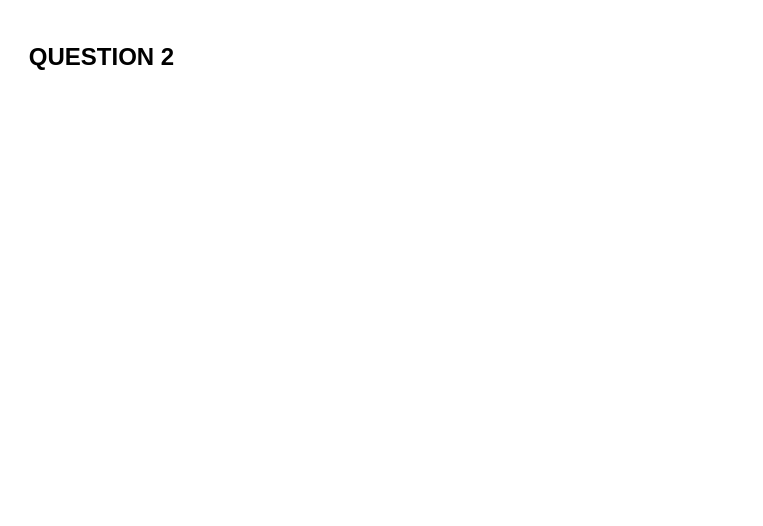
Before: page "Page-2" (2 of 3) of Untitled Diagram.drawio in SwastiShankhdhar/SwastiShankhdhar, a draw.io diagram. Source tidied: cells renumbered, new cells numbered last; positions are measured from the earlier drawing's top-left corner, leaving out a move shared by most shapes. Both pictures are drawn from the tidied source at 100%, with x=0, y=0 at pixel (17, 17).
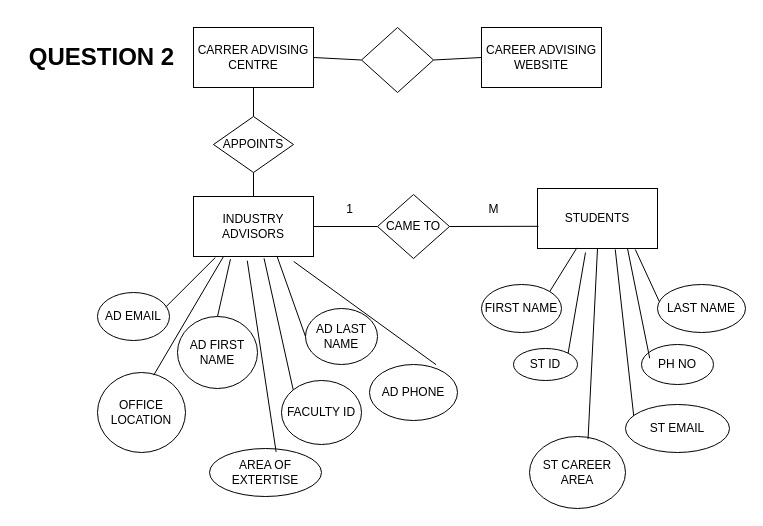
Above is the later version.

The edit, as a diff of the source:
```diff
@@
+    <mxCell id="3" value="INDUSTRY ADVISORS" style="rounded=0;whiteSpace=wrap;html=1;" parent="1" vertex="1">
+      <mxGeometry x="176" y="179" width="120" height="60" as="geometry" />
+    </mxCell>
+    <mxCell id="4" value="STUDENTS" style="rounded=0;whiteSpace=wrap;html=1;" parent="1" vertex="1">
+      <mxGeometry x="520" y="171" width="120" height="60" as="geometry" />
+    </mxCell>
+    <mxCell id="5" value="AREA OF EXTERTISE" style="ellipse;whiteSpace=wrap;html=1;" parent="1" vertex="1">
+      <mxGeometry x="192" y="431" width="112" height="48" as="geometry" />
+    </mxCell>
+    <mxCell id="6" value="PH NO" style="ellipse;whiteSpace=wrap;html=1;" parent="1" vertex="1">
+      <mxGeometry x="624" y="327" width="72" height="40" as="geometry" />
+    </mxCell>
+    <mxCell id="7" value="LAST NAME" style="ellipse;whiteSpace=wrap;html=1;" parent="1" vertex="1">
+      <mxGeometry x="640" y="267" width="88" height="48" as="geometry" />
+    </mxCell>
+    <mxCell id="8" value="FIRST NAME" style="ellipse;whiteSpace=wrap;html=1;" parent="1" vertex="1">
+      <mxGeometry x="464" y="267" width="80" height="48" as="geometry" />
+    </mxCell>
+    <mxCell id="9" value="ST ID" style="ellipse;whiteSpace=wrap;html=1;" parent="1" vertex="1">
+      <mxGeometry x="496" y="331" width="64" height="32" as="geometry" />
+    </mxCell>
+    <mxCell id="10" value="ST CAREER AREA" style="ellipse;whiteSpace=wrap;html=1;" parent="1" vertex="1">
+      <mxGeometry x="512" y="419" width="96" height="72" as="geometry" />
+    </mxCell>
+    <mxCell id="11" value="ST EMAIL" style="ellipse;whiteSpace=wrap;html=1;" parent="1" vertex="1">
+      <mxGeometry x="608" y="387" width="104" height="48" as="geometry" />
+    </mxCell>
+    <mxCell id="12" style="endArrow=none;html=1;rounded=0;entryX=0.815;entryY=1.017;entryDx=0;entryDy=0;entryPerimeter=0;exitX=0.02;exitY=0.354;exitDx=0;exitDy=0;exitPerimeter=0;" parent="1" edge="1" source="7" target="4">
+      <mxGeometry relative="1" as="geometry" />
+    </mxCell>
+    <mxCell id="13" style="endArrow=none;html=1;rounded=0;entryX=0.75;entryY=1;entryDx=0;entryDy=0;exitX=0.114;exitY=0.345;exitDx=0;exitDy=0;exitPerimeter=0;" parent="1" edge="1" source="6" target="4">
+      <mxGeometry relative="1" as="geometry" />
+    </mxCell>
+    <mxCell id="14" style="endArrow=none;html=1;rounded=0;entryX=0.648;entryY=1.017;entryDx=0;entryDy=0;entryPerimeter=0;exitX=0.079;exitY=0.238;exitDx=0;exitDy=0;exitPerimeter=0;" parent="1" edge="1" source="11" target="4">
+      <mxGeometry relative="1" as="geometry" />
+    </mxCell>
+    <mxCell id="15" style="endArrow=none;html=1;rounded=0;entryX=0.5;entryY=1;entryDx=0;entryDy=0;exitX=0.61;exitY=0.036;exitDx=0;exitDy=0;exitPerimeter=0;" parent="1" edge="1" source="10" target="4">
+      <mxGeometry relative="1" as="geometry" />
+    </mxCell>
+    <mxCell id="16" style="endArrow=none;html=1;rounded=0;exitX=1;exitY=0;exitDx=0;exitDy=0;" parent="1" edge="1" source="9">
+      <mxGeometry relative="1" as="geometry">
+        <mxPoint x="568" y="235" as="targetPoint" />
+      </mxGeometry>
+    </mxCell>
+    <mxCell id="17" style="endArrow=none;html=1;rounded=0;entryX=0.328;entryY=0.99;entryDx=0;entryDy=0;entryPerimeter=0;exitX=1;exitY=0;exitDx=0;exitDy=0;" parent="1" edge="1" source="8" target="4">
+      <mxGeometry relative="1" as="geometry" />
+    </mxCell>
+    <mxCell id="18" value="AD LAST NAME" style="ellipse;whiteSpace=wrap;html=1;" parent="1" vertex="1">
+      <mxGeometry x="288" y="291" width="72" height="56" as="geometry" />
+    </mxCell>
+    <mxCell id="19" value="AD FIRST NAME" style="ellipse;whiteSpace=wrap;html=1;" parent="1" vertex="1">
+      <mxGeometry x="160" y="299" width="80" height="72" as="geometry" />
+    </mxCell>
+    <mxCell id="20" value="FACULTY ID" style="ellipse;whiteSpace=wrap;html=1;" parent="1" vertex="1">
+      <mxGeometry x="264" y="363" width="80" height="64" as="geometry" />
+    </mxCell>
+    <mxCell id="21" value="OFFICE LOCATION" style="ellipse;whiteSpace=wrap;html=1;" parent="1" vertex="1">
+      <mxGeometry x="80" y="355" width="88" height="80" as="geometry" />
+    </mxCell>
+    <mxCell id="22" value="AD PHONE" style="ellipse;whiteSpace=wrap;html=1;" parent="1" vertex="1">
+      <mxGeometry x="352" y="347" width="88" height="56" as="geometry" />
+    </mxCell>
+    <mxCell id="23" value="AD EMAIL" style="ellipse;whiteSpace=wrap;html=1;" parent="1" vertex="1">
+      <mxGeometry x="80" y="275" width="72" height="48" as="geometry" />
+    </mxCell>
+    <mxCell id="24" style="endArrow=none;html=1;rounded=0;entryX=0.835;entryY=1.083;entryDx=0;entryDy=0;entryPerimeter=0;exitX=0.757;exitY=0.004;exitDx=0;exitDy=0;exitPerimeter=0;" parent="1" edge="1" source="22" target="3">
+      <mxGeometry relative="1" as="geometry" />
+    </mxCell>
+    <mxCell id="25" style="endArrow=none;html=1;rounded=0;entryX=0.695;entryY=0.99;entryDx=0;entryDy=0;entryPerimeter=0;exitX=0;exitY=0.5;exitDx=0;exitDy=0;" parent="1" edge="1" source="18" target="3">
+      <mxGeometry relative="1" as="geometry" />
+    </mxCell>
+    <mxCell id="26" style="endArrow=none;html=1;rounded=0;entryX=0.588;entryY=1.03;entryDx=0;entryDy=0;entryPerimeter=0;exitX=0;exitY=0;exitDx=0;exitDy=0;" parent="1" edge="1" source="20" target="3">
+      <mxGeometry relative="1" as="geometry" />
+    </mxCell>
+    <mxCell id="27" style="endArrow=none;html=1;rounded=0;entryX=0.448;entryY=1.07;entryDx=0;entryDy=0;entryPerimeter=0;exitX=0.595;exitY=0.071;exitDx=0;exitDy=0;exitPerimeter=0;" parent="1" edge="1" source="5" target="3">
+      <mxGeometry relative="1" as="geometry" />
+    </mxCell>
+    <mxCell id="28" style="endArrow=none;html=1;rounded=0;entryX=0.308;entryY=1.043;entryDx=0;entryDy=0;entryPerimeter=0;exitX=0.5;exitY=0;exitDx=0;exitDy=0;" parent="1" edge="1" source="19" target="3">
+      <mxGeometry relative="1" as="geometry" />
+    </mxCell>
+    <mxCell id="29" style="endArrow=none;html=1;rounded=0;entryX=0.25;entryY=1;entryDx=0;entryDy=0;exitX=0.639;exitY=0.033;exitDx=0;exitDy=0;exitPerimeter=0;" parent="1" edge="1" source="21" target="3">
+      <mxGeometry relative="1" as="geometry" />
+    </mxCell>
+    <mxCell id="30" style="endArrow=none;html=1;rounded=0;entryX=0.182;entryY=1.017;entryDx=0;entryDy=0;entryPerimeter=0;exitX=0.947;exitY=0.304;exitDx=0;exitDy=0;exitPerimeter=0;" parent="1" edge="1" source="23" target="3">
+      <mxGeometry relative="1" as="geometry" />
+    </mxCell>
+    <mxCell id="31" value="CAME TO" style="rhombus;whiteSpace=wrap;html=1;" parent="1" vertex="1">
+      <mxGeometry x="360" y="177" width="72" height="64" as="geometry" />
+    </mxCell>
+    <mxCell id="32" style="endArrow=none;html=1;rounded=0;entryX=1;entryY=0.5;entryDx=0;entryDy=0;exitX=0.008;exitY=0.63;exitDx=0;exitDy=0;exitPerimeter=0;" parent="1" edge="1" source="4" target="31">
+      <mxGeometry relative="1" as="geometry" />
+    </mxCell>
+    <mxCell id="33" style="endArrow=none;html=1;rounded=0;entryX=1;entryY=0.5;entryDx=0;entryDy=0;exitX=0;exitY=0.5;exitDx=0;exitDy=0;" parent="1" edge="1" source="31" target="3">
+      <mxGeometry relative="1" as="geometry" />
+    </mxCell>
+    <mxCell id="34" value="1" style="text;html=1;align=center;verticalAlign=middle;strokeColor=none;fillColor=none;" parent="1" vertex="1">
+      <mxGeometry x="320" y="176" width="24" height="32" as="geometry" />
+    </mxCell>
+    <mxCell id="35" value="M" style="text;html=1;align=center;verticalAlign=middle;strokeColor=none;fillColor=none;" parent="1" vertex="1">
+      <mxGeometry x="460" y="176" width="32" height="32" as="geometry" />
+    </mxCell>
+    <mxCell id="36" value="CARRER ADVISING CENTRE" style="rounded=0;whiteSpace=wrap;html=1;" parent="1" vertex="1">
+      <mxGeometry x="176" y="10" width="120" height="60" as="geometry" />
+    </mxCell>
+    <mxCell id="37" value="APPOINTS" style="rhombus;whiteSpace=wrap;html=1;" parent="1" vertex="1">
+      <mxGeometry x="196" y="99" width="80" height="56" as="geometry" />
+    </mxCell>
+    <mxCell id="38" style="endArrow=none;html=1;rounded=0;entryX=0.5;entryY=1;entryDx=0;entryDy=0;exitX=0.5;exitY=0;exitDx=0;exitDy=0;" parent="1" edge="1" source="3" target="37">
+      <mxGeometry relative="1" as="geometry" />
+    </mxCell>
+    <mxCell id="39" style="endArrow=none;html=1;rounded=0;entryX=0.5;entryY=1;entryDx=0;entryDy=0;exitX=0.5;exitY=0;exitDx=0;exitDy=0;" parent="1" edge="1" source="37" target="36">
+      <mxGeometry relative="1" as="geometry" />
+    </mxCell>
+    <mxCell id="40" style="endArrow=none;html=1;rounded=0;entryX=0;entryY=0.5;entryDx=0;entryDy=0;exitX=1;exitY=0.5;exitDx=0;exitDy=0;" parent="1" edge="1" source="36" target="43">
+      <mxGeometry relative="1" as="geometry" />
+    </mxCell>
+    <mxCell id="41" style="endArrow=none;html=1;rounded=0;entryX=0;entryY=0.5;entryDx=0;entryDy=0;exitX=1;exitY=0.5;exitDx=0;exitDy=0;" parent="1" edge="1" source="43" target="42">
+      <mxGeometry relative="1" as="geometry" />
+    </mxCell>
+    <mxCell id="42" value="CAREER ADVISING WEBSITE" style="rounded=0;whiteSpace=wrap;html=1;" parent="1" vertex="1">
+      <mxGeometry x="464" y="10" width="120" height="60" as="geometry" />
+    </mxCell>
+    <mxCell id="43" style="rhombus;whiteSpace=wrap;html=1;" parent="1" vertex="1">
+      <mxGeometry x="344" y="10" width="72" height="65" as="geometry" />
+    </mxCell>
```
